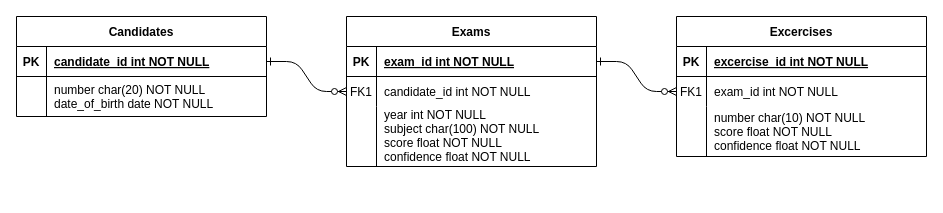
Earlier version of the draw.io diagram backend/doc/db/erm/erm.drawio (pm4-graders/3ES). Source tidied: cells renumbered, new cells numbered last; positions are measured from the earlier drawing's top-left corner, leaving out a move shared by most shapes. Both pictures are drawn from the tidied source at 100%, with x=0, y=0 at pixel (16, 16).
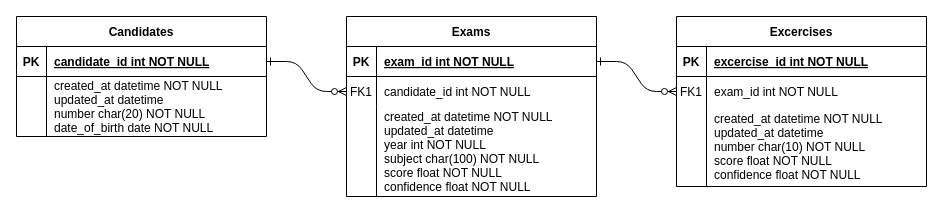
The same diagram, later.

Change to the diagram source:
```diff
@@
     <mxCell id="4" value="Exams" style="shape=table;startSize=30;childLayout=tableLayout;rowLines=0;fontStyle=1;align=center;" parent="1" vertex="1">
-      <mxGeometry x="330" width="250" height="150" as="geometry" />
+      <mxGeometry x="330" width="250" height="180" as="geometry" />
     </mxCell>
@@
     <mxCell id="11" style="shape=partialRectangle;fillColor=none;top=0;left=0;right=0;bottom=0;" parent="4" vertex="1">
-      <mxGeometry y="90" width="250" height="60" as="geometry" />
+      <mxGeometry y="90" width="250" height="90" as="geometry" />
     </mxCell>
     <mxCell id="12" style="shape=partialRectangle;overflow=hidden;fillColor=none;top=0;left=0;bottom=0;right=0;" parent="11" vertex="1">
-      <mxGeometry width="30" height="60" as="geometry" />
+      <mxGeometry width="30" height="90" as="geometry" />
     </mxCell>
-    <mxCell id="13" value="year int NOT NULL&#10;subject char(100) NOT NULL&#10;score float NOT NULL&#10;confidence float NOT NULL&#10;" style="shape=partialRectangle;overflow=hidden;fillColor=none;top=0;left=0;bottom=0;right=0;align=left;spacingLeft=6;" parent="11" vertex="1">
-      <mxGeometry x="30" width="220" height="60" as="geometry" />
+    <mxCell id="13" value="created_at datetime NOT NULL&#10;updated_at datetime&#10;year int NOT NULL&#10;subject char(100) NOT NULL&#10;score float NOT NULL&#10;confidence float NOT NULL" style="shape=partialRectangle;overflow=hidden;fillColor=none;top=0;left=0;bottom=0;right=0;align=left;spacingLeft=6;" parent="11" vertex="1">
+      <mxGeometry x="30" width="220" height="90" as="geometry" />
     </mxCell>
     <mxCell id="14" value="Excercises" style="shape=table;startSize=30;childLayout=tableLayout;rowLines=0;fontStyle=1;align=center;" parent="1" vertex="1">
-      <mxGeometry x="660" width="250" height="140" as="geometry" />
+      <mxGeometry x="660" width="250" height="170" as="geometry" />
     </mxCell>
@@
     <mxCell id="21" style="shape=partialRectangle;fillColor=none;top=0;left=0;right=0;bottom=0;" parent="14" vertex="1">
-      <mxGeometry y="90" width="250" height="50" as="geometry" />
+      <mxGeometry y="90" width="250" height="80" as="geometry" />
     </mxCell>
     <mxCell id="22" style="shape=partialRectangle;overflow=hidden;fillColor=none;top=0;left=0;bottom=0;right=0;" parent="21" vertex="1">
-      <mxGeometry width="30" height="50" as="geometry" />
+      <mxGeometry width="30" height="80" as="geometry" />
     </mxCell>
-    <mxCell id="23" value="number char(10) NOT NULL&#10;score float NOT NULL&#10;confidence float NOT NULL" style="shape=partialRectangle;overflow=hidden;fillColor=none;top=0;left=0;bottom=0;right=0;align=left;spacingLeft=6;" parent="21" vertex="1">
-      <mxGeometry x="30" width="220" height="50" as="geometry" />
+    <mxCell id="23" value="created_at datetime NOT NULL&#10;updated_at datetime&#10;number char(10) NOT NULL&#10;score float NOT NULL&#10;confidence float NOT NULL" style="shape=partialRectangle;overflow=hidden;fillColor=none;top=0;left=0;bottom=0;right=0;align=left;spacingLeft=6;" parent="21" vertex="1">
+      <mxGeometry x="30" width="220" height="80" as="geometry" />
     </mxCell>
     <mxCell id="24" value="Candidates" style="shape=table;startSize=30;childLayout=tableLayout;rowLines=0;fontStyle=1;align=center;" parent="1" vertex="1">
-      <mxGeometry width="250" height="100" as="geometry" />
+      <mxGeometry width="250" height="120" as="geometry" />
     </mxCell>
@@
     <mxCell id="28" style="shape=partialRectangle;fillColor=none;top=0;left=0;right=0;bottom=0;" parent="24" vertex="1">
-      <mxGeometry y="60" width="250" height="40" as="geometry" />
+      <mxGeometry y="60" width="250" height="60" as="geometry" />
     </mxCell>
     <mxCell id="29" style="shape=partialRectangle;overflow=hidden;fillColor=none;top=0;left=0;bottom=0;right=0;" parent="28" vertex="1">
-      <mxGeometry width="30" height="40" as="geometry" />
+      <mxGeometry width="30" height="60" as="geometry" />
     </mxCell>
-    <mxCell id="30" value="number char(20) NOT NULL&#10;date_of_birth date NOT NULL" style="shape=partialRectangle;overflow=hidden;fillColor=none;top=0;left=0;bottom=0;right=0;align=left;spacingLeft=6;" parent="28" vertex="1">
-      <mxGeometry x="30" width="220" height="40" as="geometry" />
+    <mxCell id="30" value="created_at datetime NOT NULL&#10;updated_at datetime&#10;number char(20) NOT NULL&#10;date_of_birth date NOT NULL" style="shape=partialRectangle;overflow=hidden;fillColor=none;top=0;left=0;bottom=0;right=0;align=left;spacingLeft=6;" parent="28" vertex="1">
+      <mxGeometry x="30" width="220" height="60" as="geometry" />
     </mxCell>
```
